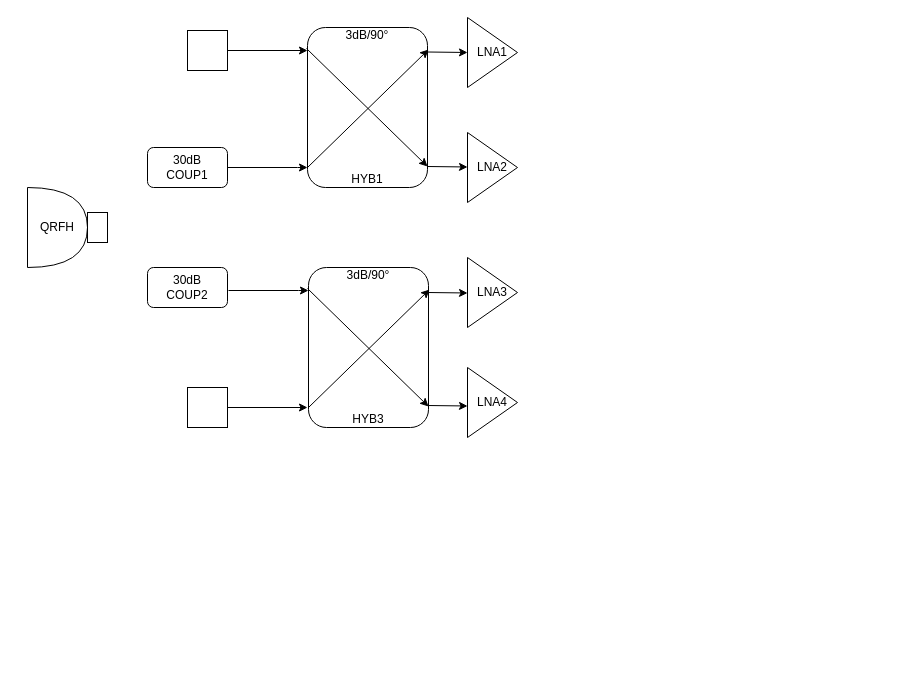
Above: vlbi-2.drawio in faksdal/vlbi (draw.io), before the change. Source tidied: cells renumbered, new cells numbered last; positions are measured from the earlier drawing's top-left corner, leaving out a move shared by most shapes. Both pictures are drawn from the tidied source at 100%, with x=0, y=0 at pixel (27, 17).
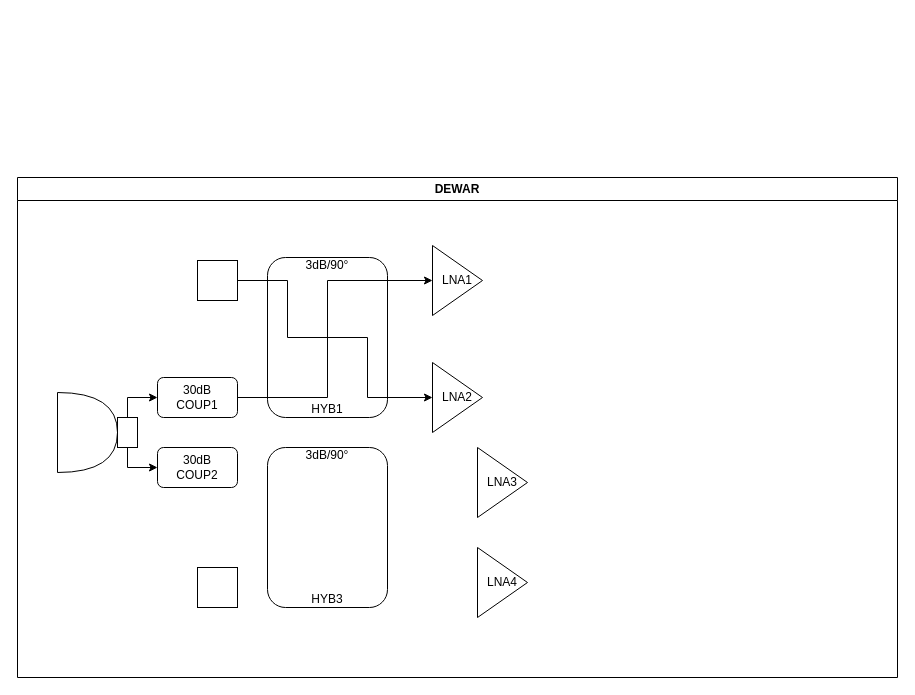
Above is the later version.

Change to the diagram source:
```diff
@@
-    <mxCell id="2" value="QRFH" style="shape=or;whiteSpace=wrap;html=1;labelBackgroundColor=none;" parent="1" vertex="1">
-      <mxGeometry y="170" width="60" height="80" as="geometry" />
-    </mxCell>
-    <mxCell id="3" value="&lt;div&gt;30dB&lt;/div&gt;&lt;div&gt;COUP2&lt;/div&gt;" style="rounded=1;whiteSpace=wrap;html=1;fontFamily=Helvetica;labelBackgroundColor=none;" parent="1" vertex="1">
-      <mxGeometry x="120" y="250" width="80" height="40" as="geometry" />
-    </mxCell>
+    <mxCell id="31" value="&lt;div&gt;DEWAR&lt;/div&gt;" style="swimlane;whiteSpace=wrap;html=1;" parent="1" vertex="1">
+      <mxGeometry x="-10" y="160" width="880" height="500" as="geometry" />
+    </mxCell>
+    <mxCell id="32" style="shape=or;whiteSpace=wrap;html=1;" parent="31" vertex="1">
+      <mxGeometry x="40" y="215" width="60" height="80" as="geometry" />
+    </mxCell>
+    <mxCell id="33" style="edgeStyle=orthogonalEdgeStyle;rounded=0;jettySize=auto;html=1;exitX=0.5;exitY=0;exitDx=0;exitDy=0;entryX=0;entryY=0.5;entryDx=0;entryDy=0;" parent="31" edge="1" source="5" target="4">
+      <mxGeometry relative="1" as="geometry">
+        <Array as="points">
+          <mxPoint x="110" y="220" />
+        </Array>
+      </mxGeometry>
+    </mxCell>
+    <mxCell id="34" style="edgeStyle=orthogonalEdgeStyle;rounded=0;jettySize=auto;html=1;exitX=0.5;exitY=1;exitDx=0;exitDy=0;entryX=0;entryY=0.5;entryDx=0;entryDy=0;" parent="31" edge="1" source="5" target="3">
+      <mxGeometry relative="1" as="geometry">
+        <Array as="points">
+          <mxPoint x="110" y="290" />
+        </Array>
+      </mxGeometry>
+    </mxCell>
+    <mxCell id="5" style="rounded=0;whiteSpace=wrap;html=1;labelBackgroundColor=none;" parent="31" vertex="1">
+      <mxGeometry x="100" y="240" width="20" height="30" as="geometry" />
+    </mxCell>
-    <mxCell id="4" value="&lt;div&gt;30dB&lt;/div&gt;&lt;div&gt;COUP1&lt;/div&gt;" style="rounded=1;whiteSpace=wrap;html=1;labelBackgroundColor=none;" parent="1" vertex="1">
-      <mxGeometry x="120" y="130" width="80" height="40" as="geometry" />
+    <mxCell id="4" value="&lt;div&gt;30dB&lt;/div&gt;&lt;div&gt;COUP1&lt;/div&gt;" style="rounded=1;whiteSpace=wrap;html=1;labelBackgroundColor=none;" parent="31" vertex="1">
+      <mxGeometry x="140" y="200" width="80" height="40" as="geometry" />
     </mxCell>
-    <mxCell id="5" style="rounded=0;whiteSpace=wrap;html=1;labelBackgroundColor=none;" parent="1" vertex="1">
-      <mxGeometry x="60" y="195" width="20" height="30" as="geometry" />
-    </mxCell>
-    <mxCell id="6" value="&lt;div&gt;3dB/90°&lt;/div&gt;&lt;div&gt;&lt;br&gt;&lt;/div&gt;&lt;div&gt;&lt;br&gt;&lt;/div&gt;&lt;div&gt;&lt;br&gt;&lt;/div&gt;&lt;div&gt;&lt;br&gt;&lt;/div&gt;&lt;div&gt;&lt;br&gt;&lt;/div&gt;&lt;div&gt;&lt;br&gt;&lt;/div&gt;&lt;div&gt;&lt;br&gt;&lt;/div&gt;&lt;div&gt;&lt;br&gt;&lt;/div&gt;&lt;div&gt;&lt;br&gt;&lt;/div&gt;&lt;div&gt;HYB1&lt;/div&gt;" style="rounded=1;whiteSpace=wrap;html=1;labelBackgroundColor=none;" parent="1" vertex="1">
-      <mxGeometry x="280" y="10" width="120" height="160" as="geometry" />
+    <mxCell id="6" value="&lt;div&gt;3dB/90°&lt;/div&gt;&lt;div&gt;&lt;br&gt;&lt;/div&gt;&lt;div&gt;&lt;br&gt;&lt;/div&gt;&lt;div&gt;&lt;br&gt;&lt;/div&gt;&lt;div&gt;&lt;br&gt;&lt;/div&gt;&lt;div&gt;&lt;br&gt;&lt;/div&gt;&lt;div&gt;&lt;br&gt;&lt;/div&gt;&lt;div&gt;&lt;br&gt;&lt;/div&gt;&lt;div&gt;&lt;br&gt;&lt;/div&gt;&lt;div&gt;&lt;br&gt;&lt;/div&gt;&lt;div&gt;HYB1&lt;/div&gt;" style="rounded=1;whiteSpace=wrap;html=1;labelBackgroundColor=none;" parent="31" vertex="1">
+      <mxGeometry x="250" y="80" width="120" height="160" as="geometry" />
     </mxCell>
-    <mxCell id="7" value="&lt;div&gt;LNA1&lt;/div&gt;" style="triangle;whiteSpace=wrap;html=1;labelBackgroundColor=none;" parent="1" vertex="1">
-      <mxGeometry x="440" width="50" height="70" as="geometry" />
+    <mxCell id="7" value="&lt;div&gt;LNA1&lt;/div&gt;" style="triangle;whiteSpace=wrap;html=1;labelBackgroundColor=none;" parent="31" vertex="1">
+      <mxGeometry x="415" y="68" width="50" height="70" as="geometry" />
     </mxCell>
-    <mxCell id="8" value="&lt;div&gt;LNA2&lt;/div&gt;" style="triangle;whiteSpace=wrap;html=1;labelBackgroundColor=none;" parent="1" vertex="1">
-      <mxGeometry x="440" y="115" width="50" height="70" as="geometry" />
+    <mxCell id="8" value="&lt;div&gt;LNA2&lt;/div&gt;" style="triangle;whiteSpace=wrap;html=1;labelBackgroundColor=none;" parent="31" vertex="1">
+      <mxGeometry x="415" y="185" width="50" height="70" as="geometry" />
     </mxCell>
+    <mxCell id="35" style="edgeStyle=orthogonalEdgeStyle;shape=wire;rounded=0;jettySize=auto;html=1;exitX=1;exitY=0.5;exitDx=0;exitDy=0;entryX=0;entryY=0.5;entryDx=0;entryDy=0;dashed=1;" parent="31" edge="1" source="19" target="8">
+      <mxGeometry relative="1" as="geometry">
+        <Array as="points">
+          <mxPoint x="270" y="103" />
+          <mxPoint x="270" y="160" />
+          <mxPoint x="350" y="160" />
+          <mxPoint x="350" y="220" />
+        </Array>
+      </mxGeometry>
+    </mxCell>
+    <mxCell id="19" style="whiteSpace=wrap;html=1;" parent="31" vertex="1">
+      <mxGeometry x="180" y="83" width="40" height="40" as="geometry" />
+    </mxCell>
+    <mxCell id="3" value="&lt;div&gt;30dB&lt;/div&gt;&lt;div&gt;COUP2&lt;/div&gt;" style="rounded=1;whiteSpace=wrap;html=1;fontFamily=Helvetica;labelBackgroundColor=none;" parent="31" vertex="1">
+      <mxGeometry x="140" y="270" width="80" height="40" as="geometry" />
+    </mxCell>
-    <mxCell id="9" value="&lt;div&gt;LNA3&lt;/div&gt;" style="triangle;whiteSpace=wrap;html=1;labelBackgroundColor=none;" parent="1" vertex="1">
-      <mxGeometry x="440" y="240" width="50" height="70" as="geometry" />
+    <mxCell id="9" value="&lt;div&gt;LNA3&lt;/div&gt;" style="triangle;whiteSpace=wrap;html=1;labelBackgroundColor=none;" parent="31" vertex="1">
+      <mxGeometry x="460" y="270" width="50" height="70" as="geometry" />
     </mxCell>
-    <mxCell id="10" value="&lt;div&gt;LNA4&lt;/div&gt;" style="triangle;whiteSpace=wrap;html=1;labelBackgroundColor=none;" parent="1" vertex="1">
-      <mxGeometry x="440" y="350" width="50" height="70" as="geometry" />
+    <mxCell id="10" value="&lt;div&gt;LNA4&lt;/div&gt;" style="triangle;whiteSpace=wrap;html=1;labelBackgroundColor=none;" parent="31" vertex="1">
+      <mxGeometry x="460" y="370" width="50" height="70" as="geometry" />
     </mxCell>
-    <mxCell id="11" style="endArrow=none;html=1;rounded=0;" parent="1" edge="1">
-      <mxGeometry relative="1" as="geometry">
-        <mxPoint x="340" y="500" as="sourcePoint" />
-        <mxPoint x="340" y="500" as="targetPoint" />
-      </mxGeometry>
-    </mxCell>
-    <mxCell id="12" style="edgeStyle=orthogonalEdgeStyle;rounded=0;jettySize=auto;html=1;exitX=1;exitY=0.5;exitDx=0;exitDy=0;" parent="1" edge="1" source="4" target="6">
-      <mxGeometry relative="1" as="geometry">
-        <Array as="points">
-          <mxPoint x="270" y="150" />
-          <mxPoint x="270" y="150" />
-        </Array>
-      </mxGeometry>
-    </mxCell>
-    <mxCell id="13" style="endArrow=none;html=1;rounded=0;" parent="1" edge="1" target="6">
-      <mxGeometry relative="1" as="geometry">
-        <mxPoint x="280" y="150" as="sourcePoint" />
-      </mxGeometry>
-    </mxCell>
-    <mxCell id="14" style="endArrow=classic;html=1;rounded=0;" parent="1" edge="1" target="6">
-      <mxGeometry relative="1" as="geometry">
-        <mxPoint x="280" y="150" as="sourcePoint" />
-      </mxGeometry>
-    </mxCell>
-    <mxCell id="15" style="endArrow=classic;html=1;rounded=0;entryX=1.008;entryY=0.138;entryDx=0;entryDy=0;entryPerimeter=0;" parent="1" edge="1" target="6">
-      <mxGeometry relative="1" as="geometry">
-        <mxPoint x="280" y="150" as="sourcePoint" />
-      </mxGeometry>
-    </mxCell>
-    <mxCell id="16" style="endArrow=classic;html=1;rounded=0;" parent="1" edge="1">
-      <mxGeometry relative="1" as="geometry">
-        <mxPoint x="400" y="34.5" as="sourcePoint" />
-        <mxPoint x="440" y="35" as="targetPoint" />
-      </mxGeometry>
-    </mxCell>
-    <mxCell id="17" style="endArrow=classic;html=1;rounded=0;entryX=1.008;entryY=0.138;entryDx=0;entryDy=0;entryPerimeter=0;" parent="1" edge="1">
-      <mxGeometry relative="1" as="geometry">
-        <mxPoint x="279" y="31" as="sourcePoint" />
-        <mxPoint x="400" y="149" as="targetPoint" />
-      </mxGeometry>
-    </mxCell>
-    <mxCell id="18" style="endArrow=classic;html=1;rounded=0;exitX=1;exitY=0.5;exitDx=0;exitDy=0;" parent="1" edge="1" source="19">
-      <mxGeometry relative="1" as="geometry">
-        <mxPoint x="280" y="33" as="targetPoint" />
-      </mxGeometry>
-    </mxCell>
-    <mxCell id="19" style="whiteSpace=wrap;html=1;" parent="1" vertex="1">
-      <mxGeometry x="160" y="13" width="40" height="40" as="geometry" />
-    </mxCell>
-    <mxCell id="20" value="&lt;div&gt;3dB/90°&lt;/div&gt;&lt;div&gt;&lt;br&gt;&lt;/div&gt;&lt;div&gt;&lt;br&gt;&lt;/div&gt;&lt;div&gt;&lt;br&gt;&lt;/div&gt;&lt;div&gt;&lt;br&gt;&lt;/div&gt;&lt;div&gt;&lt;br&gt;&lt;/div&gt;&lt;div&gt;&lt;br&gt;&lt;/div&gt;&lt;div&gt;&lt;br&gt;&lt;/div&gt;&lt;div&gt;&lt;br&gt;&lt;/div&gt;&lt;div&gt;&lt;br&gt;&lt;/div&gt;&lt;div&gt;HYB3&lt;/div&gt;" style="rounded=1;whiteSpace=wrap;html=1;labelBackgroundColor=none;" parent="1" vertex="1">
-      <mxGeometry x="281" y="250" width="120" height="160" as="geometry" />
+    <mxCell id="20" value="&lt;div&gt;3dB/90°&lt;/div&gt;&lt;div&gt;&lt;br&gt;&lt;/div&gt;&lt;div&gt;&lt;br&gt;&lt;/div&gt;&lt;div&gt;&lt;br&gt;&lt;/div&gt;&lt;div&gt;&lt;br&gt;&lt;/div&gt;&lt;div&gt;&lt;br&gt;&lt;/div&gt;&lt;div&gt;&lt;br&gt;&lt;/div&gt;&lt;div&gt;&lt;br&gt;&lt;/div&gt;&lt;div&gt;&lt;br&gt;&lt;/div&gt;&lt;div&gt;&lt;br&gt;&lt;/div&gt;&lt;div&gt;HYB3&lt;/div&gt;" style="rounded=1;whiteSpace=wrap;html=1;labelBackgroundColor=none;" parent="31" vertex="1">
+      <mxGeometry x="250" y="270" width="120" height="160" as="geometry" />
     </mxCell>
-    <mxCell id="21" style="endArrow=none;html=1;rounded=0;" parent="1" edge="1" target="20">
-      <mxGeometry relative="1" as="geometry">
-        <mxPoint x="281" y="390" as="sourcePoint" />
-      </mxGeometry>
-    </mxCell>
-    <mxCell id="22" style="endArrow=classic;html=1;rounded=0;" parent="1" edge="1" target="20">
-      <mxGeometry relative="1" as="geometry">
-        <mxPoint x="281" y="390" as="sourcePoint" />
-      </mxGeometry>
-    </mxCell>
-    <mxCell id="23" style="endArrow=classic;html=1;rounded=0;entryX=1.008;entryY=0.138;entryDx=0;entryDy=0;entryPerimeter=0;" parent="1" edge="1" target="20">
-      <mxGeometry relative="1" as="geometry">
-        <mxPoint x="281" y="390" as="sourcePoint" />
-      </mxGeometry>
-    </mxCell>
-    <mxCell id="24" style="endArrow=classic;html=1;rounded=0;entryX=1.008;entryY=0.138;entryDx=0;entryDy=0;entryPerimeter=0;" parent="1" edge="1">
-      <mxGeometry relative="1" as="geometry">
-        <mxPoint x="280" y="271" as="sourcePoint" />
-        <mxPoint x="401" y="389" as="targetPoint" />
-      </mxGeometry>
-    </mxCell>
-    <mxCell id="25" style="endArrow=classic;html=1;rounded=0;" parent="1" edge="1">
-      <mxGeometry relative="1" as="geometry">
-        <mxPoint x="400" y="149" as="sourcePoint" />
-        <mxPoint x="440" y="149.5" as="targetPoint" />
-      </mxGeometry>
-    </mxCell>
-    <mxCell id="26" style="endArrow=classic;html=1;rounded=0;" parent="1" edge="1">
-      <mxGeometry relative="1" as="geometry">
-        <mxPoint x="400" y="275" as="sourcePoint" />
-        <mxPoint x="440" y="275.5" as="targetPoint" />
-      </mxGeometry>
-    </mxCell>
-    <mxCell id="27" style="endArrow=classic;html=1;rounded=0;" parent="1" edge="1">
-      <mxGeometry relative="1" as="geometry">
-        <mxPoint x="400" y="388" as="sourcePoint" />
-        <mxPoint x="440" y="388.5" as="targetPoint" />
-      </mxGeometry>
-    </mxCell>
-    <mxCell id="28" style="edgeStyle=orthogonalEdgeStyle;rounded=0;orthogonalLoop=1;jettySize=auto;html=1;exitX=1;exitY=0.5;exitDx=0;exitDy=0;" parent="1" edge="1">
-      <mxGeometry relative="1" as="geometry">
-        <mxPoint x="201" y="273" as="sourcePoint" />
-        <mxPoint x="281" y="273" as="targetPoint" />
-        <Array as="points">
-          <mxPoint x="271" y="273" />
-          <mxPoint x="271" y="273" />
-        </Array>
-      </mxGeometry>
-    </mxCell>
-    <mxCell id="29" style="endArrow=classic;html=1;rounded=0;exitX=1;exitY=0.5;exitDx=0;exitDy=0;" parent="1" edge="1" source="30">
-      <mxGeometry relative="1" as="geometry">
-        <mxPoint x="280" y="390" as="targetPoint" />
-      </mxGeometry>
-    </mxCell>
-    <mxCell id="30" style="whiteSpace=wrap;html=1;" parent="1" vertex="1">
-      <mxGeometry x="160" y="370" width="40" height="40" as="geometry" />
+    <mxCell id="30" style="whiteSpace=wrap;html=1;" parent="31" vertex="1">
+      <mxGeometry x="180" y="390" width="40" height="40" as="geometry" />
     </mxCell>
+    <mxCell id="36" style="edgeStyle=orthogonalEdgeStyle;rounded=0;jettySize=auto;html=1;exitX=1;exitY=0.5;exitDx=0;exitDy=0;entryX=0;entryY=0.5;entryDx=0;entryDy=0;" parent="31" edge="1" source="4" target="7">
+      <mxGeometry relative="1" as="geometry">
+        <Array as="points">
+          <mxPoint x="310" y="220" />
+          <mxPoint x="310" y="103" />
+        </Array>
+      </mxGeometry>
+    </mxCell>
```
